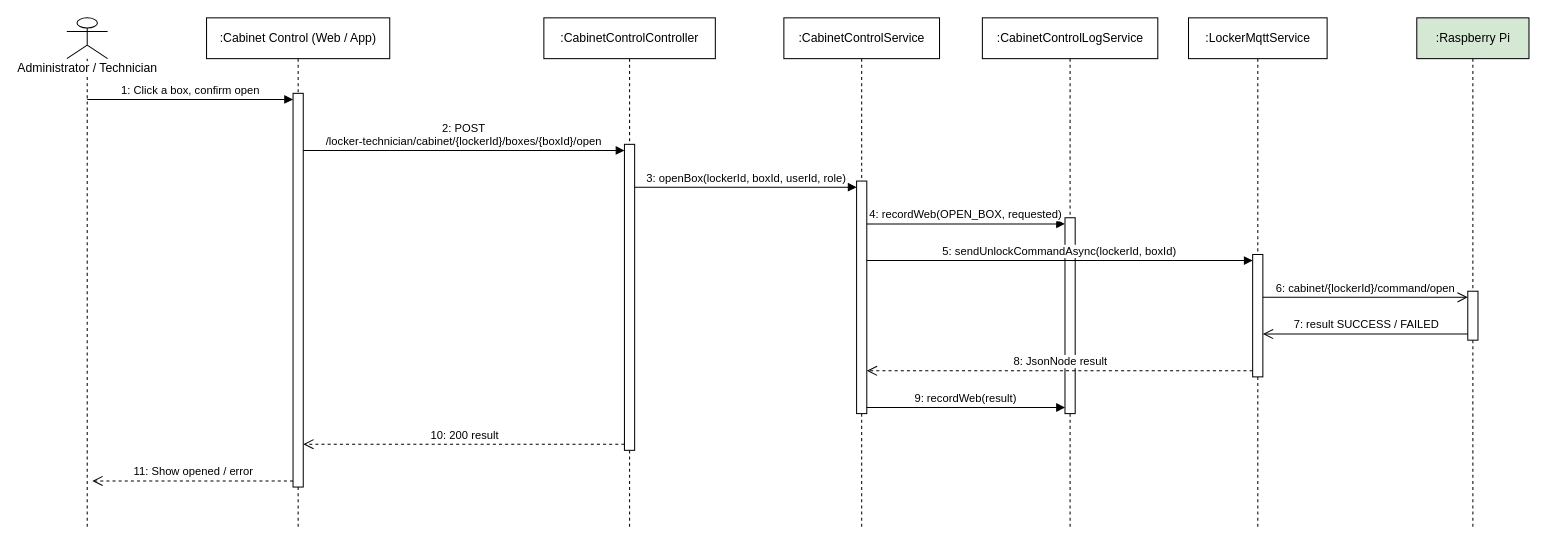
Before: rp4/sdd-assets/drawio/seq_iotctl_2.drawio in LockR-Tech/docs, a draw.io diagram. Source tidied: cells renumbered, new cells numbered last; positions are measured from the earlier drawing's top-left corner, leaving out a move shared by most shapes. Both pictures are drawn from the tidied source at 102%, with x=0, y=0 at pixel (66, 17).
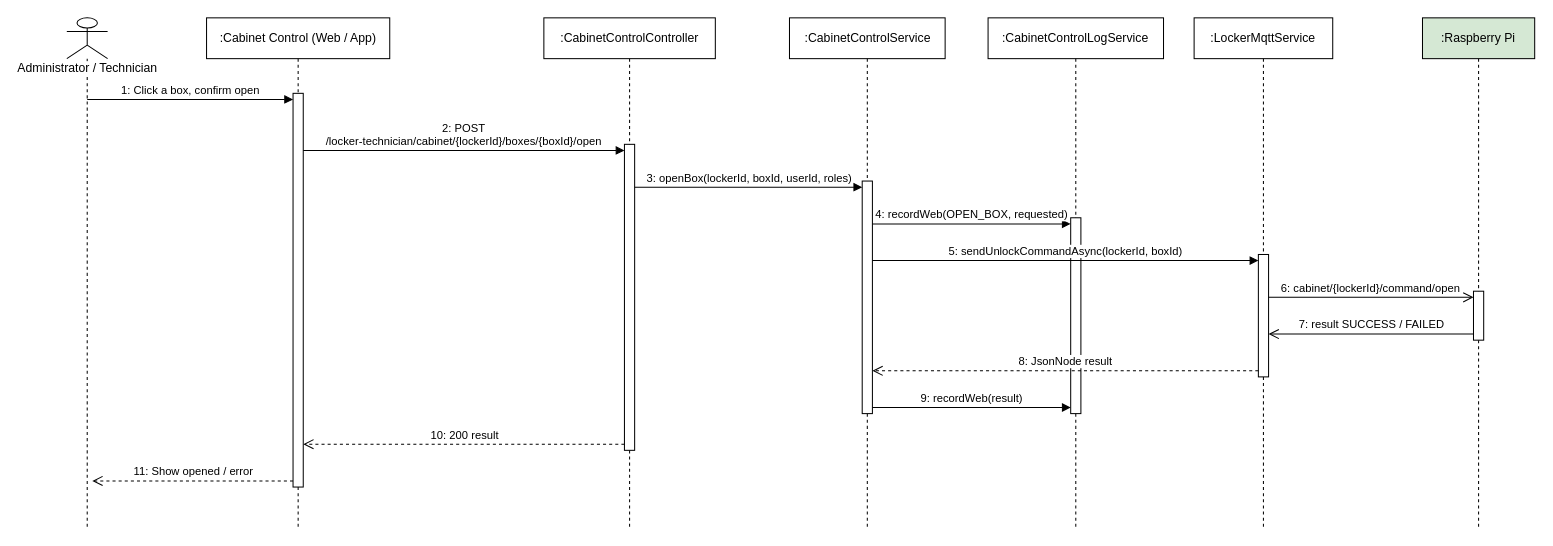
The same page after the edit.

Diff of the diagram source:
```diff
@@
     <mxCell id="5" value=":CabinetControlService" style="shape=umlLifeline;perimeter=lifelinePerimeter;whiteSpace=wrap;html=1;size=40;fontSize=12;fillColor=#ffffff;" parent="1" vertex="1">
-      <mxGeometry x="703" width="152.6" height="500" as="geometry" />
+      <mxGeometry x="708.5" width="152.6" height="500" as="geometry" />
     </mxCell>
     <mxCell id="6" value=":CabinetControlLogService" style="shape=umlLifeline;perimeter=lifelinePerimeter;whiteSpace=wrap;html=1;size=40;fontSize=12;fillColor=#ffffff;" parent="1" vertex="1">
-      <mxGeometry x="897.6" width="172" height="500" as="geometry" />
+      <mxGeometry x="903.2" width="172" height="500" as="geometry" />
     </mxCell>
     <mxCell id="7" value=":LockerMqttService" style="shape=umlLifeline;perimeter=lifelinePerimeter;whiteSpace=wrap;html=1;size=40;fontSize=12;fillColor=#ffffff;" parent="1" vertex="1">
-      <mxGeometry x="1099.7" width="135.9" height="500" as="geometry" />
+      <mxGeometry x="1105.2" width="135.9" height="500" as="geometry" />
     </mxCell>
     <mxCell id="8" value=":Raspberry Pi" style="shape=umlLifeline;perimeter=lifelinePerimeter;whiteSpace=wrap;html=1;size=40;fontSize=12;fillColor=#d5e8d4;" parent="1" vertex="1">
-      <mxGeometry x="1323.5" width="110" height="500" as="geometry" />
+      <mxGeometry x="1329.1" width="110" height="500" as="geometry" />
     </mxCell>
@@
     <mxCell id="11" style="rounded=0;whiteSpace=wrap;html=1;fillColor=#ffffff;strokeColor=#000000;" parent="1" vertex="1">
-      <mxGeometry x="774.3" y="160" width="10" height="228" as="geometry" />
+      <mxGeometry x="779.8" y="160" width="10" height="228" as="geometry" />
     </mxCell>
     <mxCell id="12" style="rounded=0;whiteSpace=wrap;html=1;fillColor=#ffffff;strokeColor=#000000;" parent="1" vertex="1">
-      <mxGeometry x="978.6" y="196" width="10" height="192" as="geometry" />
+      <mxGeometry x="984.2" y="196" width="10" height="192" as="geometry" />
     </mxCell>
     <mxCell id="13" style="rounded=0;whiteSpace=wrap;html=1;fillColor=#ffffff;strokeColor=#000000;" parent="1" vertex="1">
-      <mxGeometry x="1162.6" y="232" width="10" height="120" as="geometry" />
+      <mxGeometry x="1168.2" y="232" width="10" height="120" as="geometry" />
     </mxCell>
     <mxCell id="14" style="rounded=0;whiteSpace=wrap;html=1;fillColor=#ffffff;strokeColor=#000000;" parent="1" vertex="1">
-      <mxGeometry x="1373.5" y="268" width="10" height="48" as="geometry" />
+      <mxGeometry x="1379.1" y="268" width="10" height="48" as="geometry" />
     </mxCell>
@@
-    <mxCell id="17" value="3: openBox(lockerId, boxId, userId, role)" style="html=1;verticalAlign=bottom;endArrow=block;endFill=1;rounded=0;fontSize=11;" parent="1" edge="1">
+    <mxCell id="17" value="3: openBox(lockerId, boxId, userId, roles)" style="html=1;verticalAlign=bottom;endArrow=block;endFill=1;rounded=0;fontSize=11;" parent="1" edge="1">
       <mxGeometry relative="1" as="geometry">
         <mxPoint x="556.7" y="166" as="sourcePoint" />
-        <mxPoint x="774.3" y="166" as="targetPoint" />
+        <mxPoint x="779.8" y="166" as="targetPoint" />
       </mxGeometry>
     </mxCell>
     <mxCell id="18" value="4: recordWeb(OPEN_BOX, requested)" style="html=1;verticalAlign=bottom;endArrow=block;endFill=1;rounded=0;fontSize=11;" parent="1" edge="1">
       <mxGeometry relative="1" as="geometry">
-        <mxPoint x="784.3" y="202" as="sourcePoint" />
-        <mxPoint x="978.6" y="202" as="targetPoint" />
+        <mxPoint x="789.8" y="202" as="sourcePoint" />
+        <mxPoint x="984.2" y="202" as="targetPoint" />
       </mxGeometry>
     </mxCell>
     <mxCell id="19" value="5: sendUnlockCommandAsync(lockerId, boxId)" style="html=1;verticalAlign=bottom;endArrow=block;endFill=1;rounded=0;fontSize=11;" parent="1" edge="1">
       <mxGeometry relative="1" as="geometry">
-        <mxPoint x="784.3" y="238" as="sourcePoint" />
-        <mxPoint x="1162.6" y="238" as="targetPoint" />
+        <mxPoint x="789.8" y="238" as="sourcePoint" />
+        <mxPoint x="1168.2" y="238" as="targetPoint" />
       </mxGeometry>
     </mxCell>
     <mxCell id="20" value="6: cabinet/{lockerId}/command/open" style="html=1;verticalAlign=bottom;endArrow=open;endSize=8;rounded=0;fontSize=11;" parent="1" edge="1">
       <mxGeometry relative="1" as="geometry">
-        <mxPoint x="1172.6" y="274" as="sourcePoint" />
-        <mxPoint x="1373.5" y="274" as="targetPoint" />
+        <mxPoint x="1178.2" y="274" as="sourcePoint" />
+        <mxPoint x="1379.1" y="274" as="targetPoint" />
       </mxGeometry>
     </mxCell>
     <mxCell id="21" value="7: result SUCCESS / FAILED" style="html=1;verticalAlign=bottom;endArrow=open;endSize=8;rounded=0;fontSize=11;" parent="1" edge="1">
       <mxGeometry relative="1" as="geometry">
-        <mxPoint x="1373.5" y="310" as="sourcePoint" />
-        <mxPoint x="1172.6" y="310" as="targetPoint" />
+        <mxPoint x="1379.1" y="310" as="sourcePoint" />
+        <mxPoint x="1178.2" y="310" as="targetPoint" />
       </mxGeometry>
     </mxCell>
     <mxCell id="22" value="8: JsonNode result" style="html=1;verticalAlign=bottom;endArrow=open;dashed=1;endSize=8;rounded=0;fontSize=11;" parent="1" edge="1">
       <mxGeometry relative="1" as="geometry">
-        <mxPoint x="1162.6" y="346" as="sourcePoint" />
-        <mxPoint x="784.3" y="346" as="targetPoint" />
+        <mxPoint x="1168.2" y="346" as="sourcePoint" />
+        <mxPoint x="789.8" y="346" as="targetPoint" />
       </mxGeometry>
     </mxCell>
     <mxCell id="23" value="9: recordWeb(result)" style="html=1;verticalAlign=bottom;endArrow=block;endFill=1;rounded=0;fontSize=11;" parent="1" edge="1">
       <mxGeometry relative="1" as="geometry">
-        <mxPoint x="784.3" y="382" as="sourcePoint" />
-        <mxPoint x="978.6" y="382" as="targetPoint" />
+        <mxPoint x="789.8" y="382" as="sourcePoint" />
+        <mxPoint x="984.2" y="382" as="targetPoint" />
       </mxGeometry>
     </mxCell>
```
